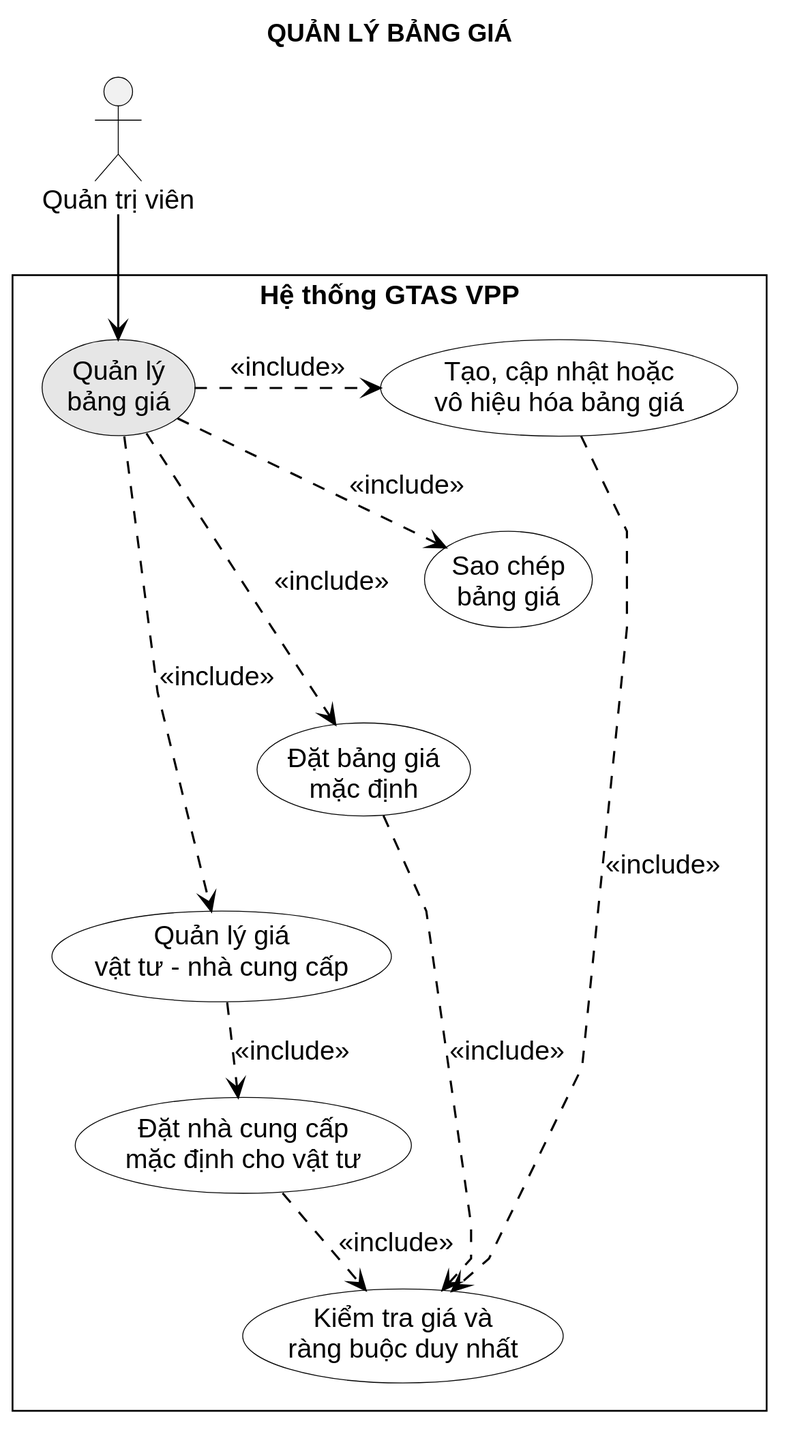
Miikey24s/gtas_vpp keeps this PlantUML diagram as LVTN/diagrams/ch03/use-case-manage-pricing.svg. Above is the earlier version. Its diagram source:
```plantuml
@startuml
!include ../common/usecase-style.puml
title QUẢN LÝ BẢNG GIÁ

actor "Quản trị viên" as Admin

rectangle "Hệ thống GTAS VPP" {
  usecase "Quản lý\nbảng giá" as PriceList #E6E6E6
  usecase "Tạo, cập nhật hoặc\nvô hiệu hóa bảng giá" as SaveList
  usecase "Sao chép\nbảng giá" as Clone
  usecase "Đặt bảng giá\nmặc định" as DefaultList
  usecase "Quản lý giá\nvật tư - nhà cung cấp" as Price
  usecase "Đặt nhà cung cấp\nmặc định cho vật tư" as DefaultSupplier
  usecase "Kiểm tra giá và\nràng buộc duy nhất" as Validate

  PriceList -[hidden]right- SaveList
  PriceList .> SaveList : <<include>>
  PriceList .> Clone : <<include>>
  PriceList .> DefaultList : <<include>>
  PriceList .> Price : <<include>>
  Price .> DefaultSupplier : <<include>>
  SaveList .> Validate : <<include>>
  DefaultList .> Validate : <<include>>
  DefaultSupplier .> Validate : <<include>>

  SaveList -[hidden]down- Clone
  Clone -[hidden]down- DefaultList
  DefaultList -[hidden]down- Price
  Price -[hidden]down- DefaultSupplier
  DefaultSupplier -[hidden]down- Validate
}

Admin --> PriceList
@enduml
```
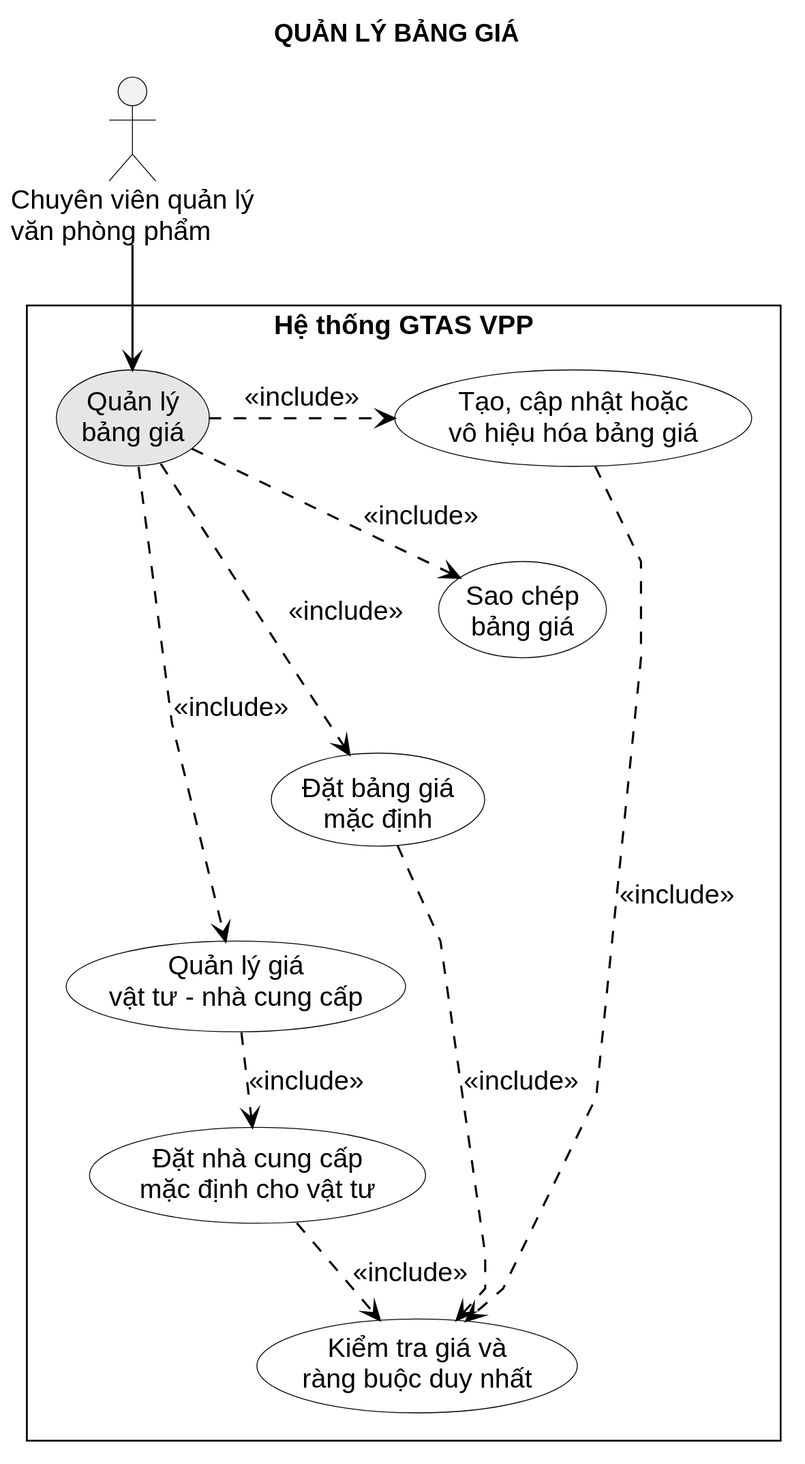
Above is the later version.

Change to the diagram source:
```diff
@@ -2,7 +2,7 @@
 !include ../common/usecase-style.puml
 title QUẢN LÝ BẢNG GIÁ
 
-actor "Quản trị viên" as Admin
+actor "Chuyên viên quản lý\nvăn phòng phẩm" as Procurement
 
 rectangle "Hệ thống GTAS VPP" {
   usecase "Quản lý\nbảng giá" as PriceList #E6E6E6
@@ -30,5 +30,5 @@
   DefaultSupplier -[hidden]down- Validate
 }
 
-Admin --> PriceList
+Procurement --> PriceList
 @enduml
```
